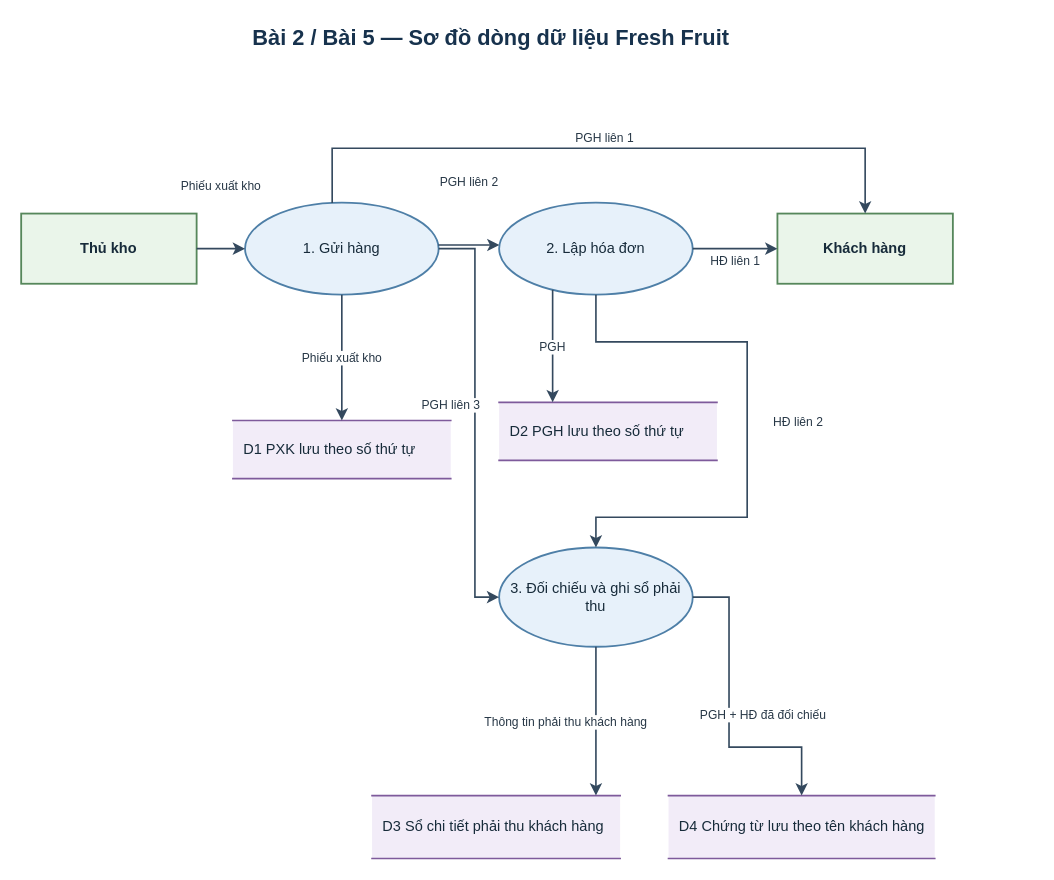
This is assets/drawio/04_fresh_fruit_dfd.drawio from saigonbaddielover/thtrang, a draw.io file, before an edit. Source tidied: cells renumbered, new cells numbered last; positions are measured from the earlier drawing's top-left corner, leaving out a move shared by most shapes. Both pictures are drawn from the tidied source at 121%, with x=0, y=0 at pixel (21, 21).
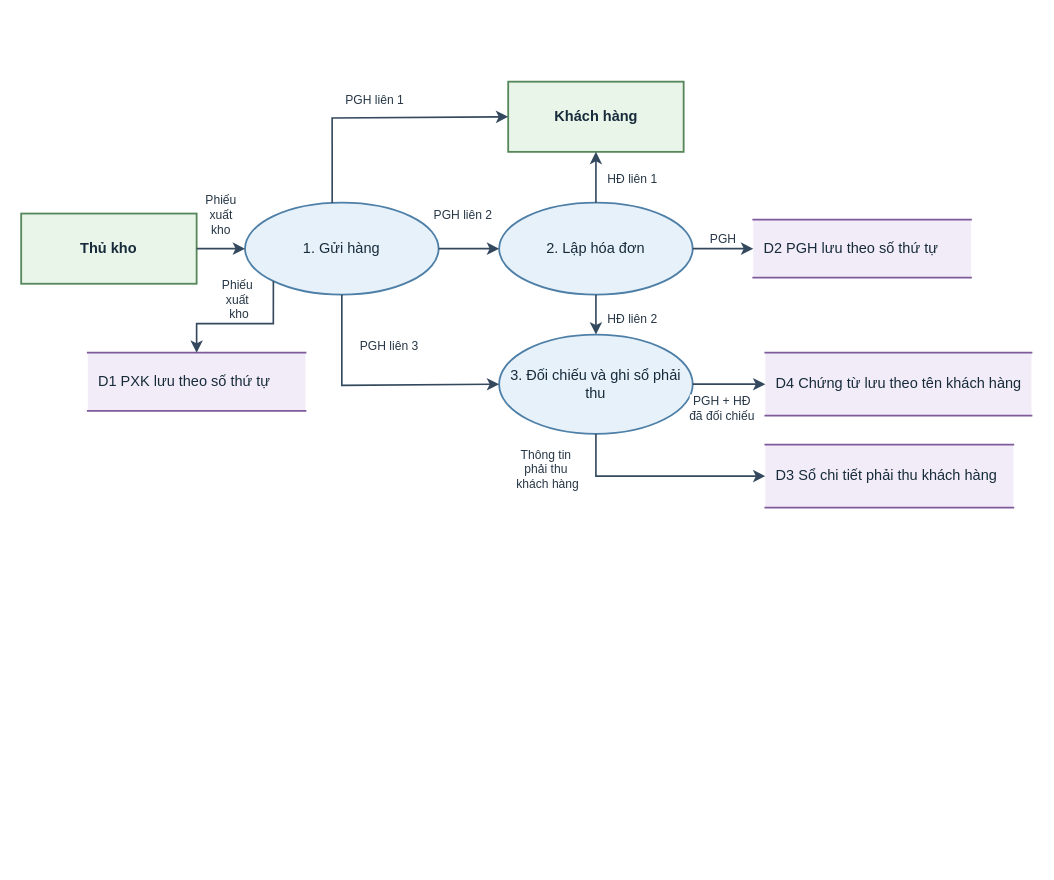
Above is the later version.

Commit message (it also covers changes not shown here):
chore(diagrams): checkpoint web layout edits

in:`n- charts 01 and 04 contained uncommitted layouts edited in diagrams.net`nout:`n- the exact user-edited wrappers are preserved before canonical reconciliation`nchanged:`n- checkpointed the two Draw.io wrapper revisions without derived artifacts`ntested:`n- git diff --cached --check: pass`nrisks:`n- canonical XML and derived assets intentionally remain stale until reconciliation

The change refers to these unchanged cells:
```xml
<mxCell id="3" value="Thủ kho" style="rounded=0;html=1;whiteSpace=wrap;fontFamily=Arial;align=center;verticalAlign=middle;fontColor=#172B3A; fontSize=11;fontStyle=1;spacing=5;fillColor=#EAF5EA;strokeColor=#56875B;strokeWidth=1.5;" parent="1" vertex="1">
  <mxGeometry y="159" width="145" height="58" as="geometry" />
</mxCell>
<mxCell id="5" value="1. Gửi hàng" style="shape=ellipse;perimeter=ellipsePerimeter;html=1;whiteSpace=wrap;fontFamily=Arial;align=center;verticalAlign=middle;fontColor=#172B3A; fontSize=11;spacing=5;fillColor=#E7F1FA;strokeColor=#4E7FA7;strokeWidth=1.5;" parent="1" vertex="1">
  <mxGeometry x="185" y="150" width="160" height="76" as="geometry" />
</mxCell>
<mxCell id="6" value="2. Lập hóa đơn" style="shape=ellipse;perimeter=ellipsePerimeter;html=1;whiteSpace=wrap;fontFamily=Arial;align=center;verticalAlign=middle;fontColor=#172B3A; fontSize=11;spacing=5;fillColor=#E7F1FA;strokeColor=#4E7FA7;strokeWidth=1.5;" parent="1" vertex="1">
  <mxGeometry x="395" y="150" width="160" height="76" as="geometry" />
</mxCell>
```

Diff of the diagram source:
```diff
@@
-    <mxCell id="2" value="Bài 2 / Bài 5 — Sơ đồ dòng dữ liệu Fresh Fruit" style="text;html=1;whiteSpace=wrap;align=center;verticalAlign=middle;fontFamily=Arial;fontSize=18;fontStyle=1;fontColor=#17324D;strokeColor=none;fillColor=none;" parent="1" vertex="1">
-      <mxGeometry x="5" width="767" height="28" as="geometry" />
-    </mxCell>
@@
     <mxCell id="4" value="Khách hàng" style="rounded=0;html=1;whiteSpace=wrap;fontFamily=Arial;align=center;verticalAlign=middle;fontColor=#172B3A; fontSize=11;fontStyle=1;spacing=5;fillColor=#EAF5EA;strokeColor=#56875B;strokeWidth=1.5;" parent="1" vertex="1">
-      <mxGeometry x="625" y="159" width="145" height="58" as="geometry" />
+      <mxGeometry x="402.5" y="50" width="145" height="58" as="geometry" />
     </mxCell>
@@
     <mxCell id="7" value="3. Đối chiếu và ghi sổ phải thu" style="shape=ellipse;perimeter=ellipsePerimeter;html=1;whiteSpace=wrap;fontFamily=Arial;align=center;verticalAlign=middle;fontColor=#172B3A; fontSize=11;spacing=5;fillColor=#E7F1FA;strokeColor=#4E7FA7;strokeWidth=1.5;" parent="1" vertex="1">
-      <mxGeometry x="395" y="435" width="160" height="82" as="geometry" />
+      <mxGeometry x="395" y="259" width="160" height="82" as="geometry" />
     </mxCell>
     <mxCell id="8" value="D1  PXK lưu theo số thứ tự" style="shape=partialRectangle;right=0;left=0;html=1;whiteSpace=wrap;fontFamily=Arial;align=center;verticalAlign=middle;fontColor=#172B3A; fontSize=10;align=left;spacingLeft=7;spacingRight=4;fillColor=#F2ECF8;strokeColor=#7E5A9B;strokeWidth=1.4;" parent="1" vertex="1">
-      <mxGeometry x="175" y="330" width="180" height="48" as="geometry" />
+      <mxGeometry x="55" y="274" width="180" height="48" as="geometry" />
     </mxCell>
     <mxCell id="9" value="D2  PGH lưu theo số thứ tự" style="shape=partialRectangle;right=0;left=0;html=1;whiteSpace=wrap;fontFamily=Arial;align=center;verticalAlign=middle;fontColor=#172B3A; fontSize=10;align=left;spacingLeft=7;spacingRight=4;fillColor=#F2ECF8;strokeColor=#7E5A9B;strokeWidth=1.4;" parent="1" vertex="1">
-      <mxGeometry x="395" y="315" width="180" height="48" as="geometry" />
+      <mxGeometry x="605" y="164" width="180" height="48" as="geometry" />
     </mxCell>
     <mxCell id="10" value="D3  Sổ chi tiết phải thu khách hàng" style="shape=partialRectangle;right=0;left=0;html=1;whiteSpace=wrap;fontFamily=Arial;align=center;verticalAlign=middle;fontColor=#172B3A; fontSize=10;align=left;spacingLeft=7;spacingRight=4;fillColor=#F2ECF8;strokeColor=#7E5A9B;strokeWidth=1.4;" parent="1" vertex="1">
-      <mxGeometry x="290" y="640" width="205" height="52" as="geometry" />
+      <mxGeometry x="615" y="350" width="205" height="52" as="geometry" />
     </mxCell>
     <mxCell id="11" value="D4  Chứng từ lưu theo tên khách hàng" style="shape=partialRectangle;right=0;left=0;html=1;whiteSpace=wrap;fontFamily=Arial;align=center;verticalAlign=middle;fontColor=#172B3A; fontSize=10;align=left;spacingLeft=7;spacingRight=4;fillColor=#F2ECF8;strokeColor=#7E5A9B;strokeWidth=1.4;" parent="1" vertex="1">
-      <mxGeometry x="535" y="640" width="220" height="52" as="geometry" />
+      <mxGeometry x="615" y="274" width="220" height="52" as="geometry" />
     </mxCell>
-    <mxCell id="12" value="Phiếu xuất kho" style="edgeStyle=orthogonalEdgeStyle;rounded=0;jettySize=auto;html=1;fontFamily=Arial;fontSize=10;fontColor=#273746;labelBackgroundColor=#FFFFFF;strokeColor=#34495E;strokeWidth=1.35;endArrow=classic;endFill=1;exitX=1;exitY=0.5;entryX=0;entryY=0.5;" parent="1" edge="1" source="3" target="5">
-      <mxGeometry relative="1" as="geometry">
-        <mxPoint y="-52" as="offset" />
-      </mxGeometry>
+    <mxCell id="12" value="Phiếu&lt;div&gt;xuất&lt;/div&gt;&lt;div&gt;kho&lt;/div&gt;" style="edgeStyle=orthogonalEdgeStyle;rounded=0;jettySize=auto;html=1;fontFamily=Arial;fontSize=10;fontColor=#273746;labelBackgroundColor=#FFFFFF;strokeColor=#34495E;strokeWidth=1.35;endArrow=classic;endFill=1;exitX=1;exitY=0.5;entryX=0;entryY=0.5;" parent="1" edge="1" source="3" target="5">
+      <mxGeometry y="28" relative="1" as="geometry" />
     </mxCell>
-    <mxCell id="13" value="PGH liên 1" style="edgeStyle=orthogonalEdgeStyle;rounded=0;jettySize=auto;html=1;fontFamily=Arial;fontSize=10;fontColor=#273746;labelBackgroundColor=#FFFFFF;strokeColor=#34495E;strokeWidth=1.35;endArrow=classic;endFill=1;exitX=0.45;exitY=0;entryX=0.5;entryY=0;" parent="1" edge="1" source="5" target="4">
-      <mxGeometry relative="1" as="geometry">
+    <mxCell id="13" value="PGH liên 1" style="edgeStyle=orthogonalEdgeStyle;rounded=0;jettySize=auto;html=1;fontFamily=Arial;fontSize=10;fontColor=#273746;labelBackgroundColor=#FFFFFF;strokeColor=#34495E;strokeWidth=1.35;endArrow=classic;endFill=1;exitX=0.45;exitY=0;entryX=0;entryY=0.5;entryDx=0;entryDy=0;" parent="1" edge="1" source="5" target="4">
+      <mxGeometry x="-0.03" y="15" relative="1" as="geometry">
         <Array as="points">
-          <mxPoint x="257" y="105" />
-          <mxPoint x="697" y="105" />
+          <mxPoint x="257.2" y="80" />
+          <mxPoint x="402.5" y="80" />
         </Array>
-        <mxPoint y="-9" as="offset" />
       </mxGeometry>
     </mxCell>
-    <mxCell id="14" value="PGH liên 2" style="edgeStyle=orthogonalEdgeStyle;rounded=0;jettySize=auto;html=1;fontFamily=Arial;fontSize=10;fontColor=#273746;labelBackgroundColor=#FFFFFF;strokeColor=#34495E;strokeWidth=1.35;endArrow=classic;endFill=1;exitX=1;exitY=0.45;entryX=0;entryY=0.45;" parent="1" edge="1" source="5" target="6">
-      <mxGeometry relative="1" as="geometry">
-        <mxPoint y="-52" as="offset" />
-      </mxGeometry>
+    <mxCell id="14" value="PGH liên 2" style="edgeStyle=orthogonalEdgeStyle;rounded=0;jettySize=auto;html=1;fontFamily=Arial;fontSize=10;fontColor=#273746;labelBackgroundColor=#FFFFFF;strokeColor=#34495E;strokeWidth=1.35;endArrow=classic;endFill=1;exitX=1;exitY=0.5;entryX=0;entryY=0.5;exitDx=0;exitDy=0;entryDx=0;entryDy=0;" parent="1" edge="1" source="5" target="6">
+      <mxGeometry x="-0.2" y="28" relative="1" as="geometry" />
     </mxCell>
-    <mxCell id="15" value="PGH liên 3" style="edgeStyle=orthogonalEdgeStyle;rounded=0;jettySize=auto;html=1;fontFamily=Arial;fontSize=10;fontColor=#273746;labelBackgroundColor=#FFFFFF;strokeColor=#34495E;strokeWidth=1.35;endArrow=classic;endFill=1;exitX=1;exitY=0.5;entryX=0;entryY=0.5;" parent="1" edge="1" source="5" target="7">
-      <mxGeometry relative="1" as="geometry">
+    <mxCell id="15" value="PGH liên 3" style="edgeStyle=orthogonalEdgeStyle;rounded=0;jettySize=auto;html=1;fontFamily=Arial;fontSize=10;fontColor=#273746;labelBackgroundColor=#FFFFFF;strokeColor=#34495E;strokeWidth=1.35;endArrow=classic;endFill=1;exitX=0.5;exitY=1;exitDx=0;exitDy=0;entryX=0;entryY=0.5;entryDx=0;entryDy=0;" parent="1" edge="1" source="5" target="7">
+      <mxGeometry x="0.11" y="33" relative="1" as="geometry">
         <Array as="points">
-          <mxPoint x="375" y="188" />
-          <mxPoint x="375" y="476" />
+          <mxPoint x="265" y="301" />
         </Array>
-        <mxPoint x="-20" y="-10" as="offset" />
       </mxGeometry>
     </mxCell>
-    <mxCell id="16" value="Phiếu xuất kho" style="edgeStyle=orthogonalEdgeStyle;rounded=0;jettySize=auto;html=1;fontFamily=Arial;fontSize=10;fontColor=#273746;labelBackgroundColor=#FFFFFF;strokeColor=#34495E;strokeWidth=1.35;endArrow=classic;endFill=1;exitX=0.5;exitY=1;entryX=0.5;entryY=0;" parent="1" edge="1" source="5" target="8">
-      <mxGeometry relative="1" as="geometry" />
+    <mxCell id="16" value="Phiếu&amp;nbsp;&lt;div&gt;xuất&amp;nbsp;&lt;/div&gt;&lt;div&gt;kho&lt;/div&gt;" style="edgeStyle=orthogonalEdgeStyle;rounded=0;jettySize=auto;html=1;fontFamily=Arial;fontSize=10;fontColor=#273746;labelBackgroundColor=#FFFFFF;strokeColor=#34495E;strokeWidth=1.35;endArrow=classic;endFill=1;entryX=0.5;entryY=0;exitX=0;exitY=1;exitDx=0;exitDy=0;" parent="1" edge="1" source="5" target="8">
+      <mxGeometry x="0.04" y="-20" relative="1" as="geometry" />
     </mxCell>
-    <mxCell id="17" value="HĐ liên 1" style="edgeStyle=orthogonalEdgeStyle;rounded=0;jettySize=auto;html=1;fontFamily=Arial;fontSize=10;fontColor=#273746;labelBackgroundColor=#FFFFFF;strokeColor=#34495E;strokeWidth=1.35;endArrow=classic;endFill=1;exitX=1;exitY=0.5;entryX=0;entryY=0.5;" parent="1" edge="1" source="6" target="4">
-      <mxGeometry relative="1" as="geometry">
-        <mxPoint y="10" as="offset" />
+    <mxCell id="17" value="HĐ liên 1" style="edgeStyle=orthogonalEdgeStyle;rounded=0;jettySize=auto;html=1;fontFamily=Arial;fontSize=10;fontColor=#273746;labelBackgroundColor=#FFFFFF;strokeColor=#34495E;strokeWidth=1.35;endArrow=classic;endFill=1;exitX=0.5;exitY=0;exitDx=0;exitDy=0;entryX=0.5;entryY=1;entryDx=0;entryDy=0;" parent="1" edge="1" source="6" target="4">
+      <mxGeometry x="-0.05" y="-30" relative="1" as="geometry">
+        <Array as="points">
+          <mxPoint x="475" y="130" />
+          <mxPoint x="475" y="130" />
+        </Array>
       </mxGeometry>
     </mxCell>
-    <mxCell id="18" value="HĐ liên 2" style="edgeStyle=orthogonalEdgeStyle;rounded=0;jettySize=auto;html=1;fontFamily=Arial;fontSize=10;fontColor=#273746;labelBackgroundColor=#FFFFFF;strokeColor=#34495E;strokeWidth=1.35;endArrow=classic;endFill=1;exitX=0.5;exitY=1;entryX=0.5;entryY=0;" parent="1" edge="1" source="6" target="7">
-      <mxGeometry relative="1" as="geometry">
+    <mxCell id="18" value="HĐ liên 2" style="edgeStyle=orthogonalEdgeStyle;rounded=0;jettySize=auto;html=1;fontFamily=Arial;fontSize=10;fontColor=#273746;labelBackgroundColor=#FFFFFF;strokeColor=#34495E;strokeWidth=1.35;endArrow=classic;endFill=1;exitX=0.5;exitY=1;entryX=0.5;entryY=0;entryDx=0;entryDy=0;exitDx=0;exitDy=0;" parent="1" edge="1" source="6" target="7">
+      <mxGeometry x="0.23" y="30" relative="1" as="geometry">
         <Array as="points">
-          <mxPoint x="475" y="265" />
-          <mxPoint x="600" y="265" />
-          <mxPoint x="600" y="410" />
-          <mxPoint x="475" y="410" />
+          <mxPoint x="475" y="250" />
+          <mxPoint x="475" y="250" />
         </Array>
-        <mxPoint x="42" as="offset" />
       </mxGeometry>
     </mxCell>
-    <mxCell id="19" value="PGH" style="edgeStyle=orthogonalEdgeStyle;rounded=0;jettySize=auto;html=1;fontFamily=Arial;fontSize=10;fontColor=#273746;labelBackgroundColor=#FFFFFF;strokeColor=#34495E;strokeWidth=1.35;endArrow=classic;endFill=1;exitX=0.25;exitY=1;entryX=0.245667;entryY=0;" parent="1" edge="1" source="6" target="9">
-      <mxGeometry relative="1" as="geometry" />
+    <mxCell id="19" value="PGH" style="edgeStyle=orthogonalEdgeStyle;rounded=0;jettySize=auto;html=1;fontFamily=Arial;fontSize=10;fontColor=#273746;labelBackgroundColor=#FFFFFF;strokeColor=#34495E;strokeWidth=1.35;endArrow=classic;endFill=1;exitX=1;exitY=0.5;exitDx=0;exitDy=0;entryX=0;entryY=0.5;entryDx=0;entryDy=0;" parent="1" edge="1" source="6" target="9">
+      <mxGeometry y="8" relative="1" as="geometry">
+        <Array as="points">
+          <mxPoint x="585" y="188" />
+          <mxPoint x="585" y="188" />
+        </Array>
+      </mxGeometry>
     </mxCell>
-    <mxCell id="20" value="Thông tin phải thu khách hàng" style="edgeStyle=orthogonalEdgeStyle;rounded=0;jettySize=auto;html=1;fontFamily=Arial;fontSize=10;fontColor=#273746;labelBackgroundColor=#FFFFFF;strokeColor=#34495E;strokeWidth=1.35;endArrow=classic;endFill=1;exitX=0.5;exitY=1;entryX=0.902439;entryY=0;" parent="1" edge="1" source="7" target="10">
-      <mxGeometry relative="1" as="geometry">
-        <mxPoint x="-25" as="offset" />
+    <mxCell id="20" value="Thông tin&amp;nbsp;&lt;div&gt;phải thu&amp;nbsp;&lt;div&gt;khách hàng&lt;/div&gt;&lt;/div&gt;" style="edgeStyle=orthogonalEdgeStyle;rounded=0;jettySize=auto;html=1;fontFamily=Arial;fontSize=10;fontColor=#273746;labelBackgroundColor=#FFFFFF;strokeColor=#34495E;strokeWidth=1.35;endArrow=classic;endFill=1;exitX=0.5;exitY=1;exitDx=0;exitDy=0;entryX=0;entryY=0.5;entryDx=0;entryDy=0;" parent="1" edge="1" source="7" target="10">
+      <mxGeometry x="-0.67" y="-40" relative="1" as="geometry">
+        <Array as="points">
+          <mxPoint x="475" y="376" />
+        </Array>
       </mxGeometry>
     </mxCell>
-    <mxCell id="21" value="PGH + HĐ đã đối chiếu" style="edgeStyle=orthogonalEdgeStyle;rounded=0;jettySize=auto;html=1;fontFamily=Arial;fontSize=10;fontColor=#273746;labelBackgroundColor=#FFFFFF;strokeColor=#34495E;strokeWidth=1.35;endArrow=classic;endFill=1;exitX=1;exitY=0.5;entryX=0.5;entryY=0;" parent="1" edge="1" source="7" target="11">
-      <mxGeometry relative="1" as="geometry">
-        <Array as="points">
-          <mxPoint x="585" y="476" />
-          <mxPoint x="585" y="600" />
-          <mxPoint x="645" y="600" />
-        </Array>
-        <mxPoint x="28" as="offset" />
-      </mxGeometry>
+    <mxCell id="21" value="PGH + HĐ&lt;div&gt;đã đối chiếu&lt;/div&gt;" style="edgeStyle=orthogonalEdgeStyle;rounded=0;jettySize=auto;html=1;fontFamily=Arial;fontSize=10;fontColor=#273746;labelBackgroundColor=#FFFFFF;strokeColor=#34495E;strokeWidth=1.35;endArrow=classic;endFill=1;exitX=1;exitY=0.5;exitDx=0;exitDy=0;entryX=0;entryY=0.5;entryDx=0;entryDy=0;" parent="1" edge="1" source="7" target="11">
+      <mxGeometry x="-0.2" y="-20" relative="1" as="geometry" />
     </mxCell>
```
